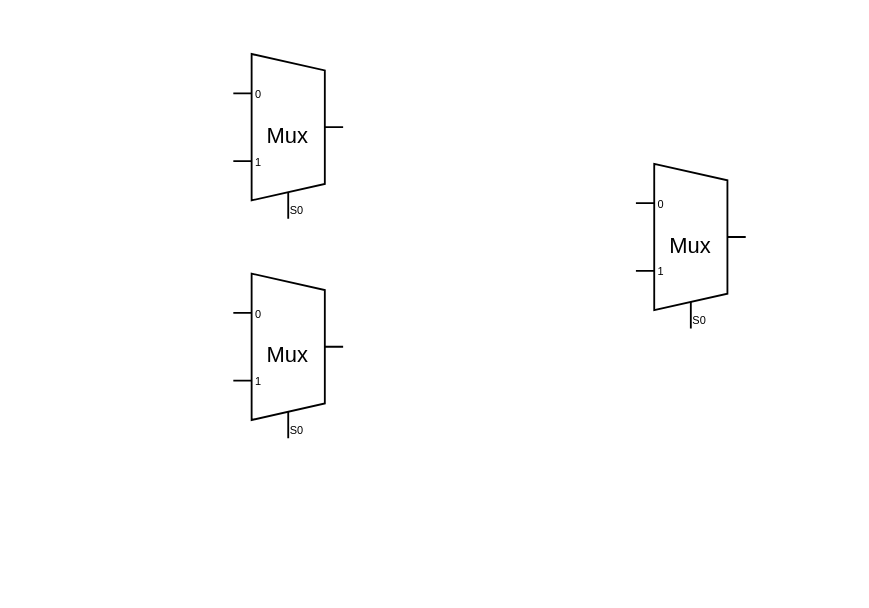
Before: Untitled Diagram.drawio in ofek512/MatamStory, a draw.io diagram. Source tidied: cells renumbered, new cells numbered last; positions are measured from the earlier drawing's top-left corner, leaving out a move shared by most shapes. Both pictures are drawn from the tidied source at 183%, with x=0, y=0 at pixel (232, 53).
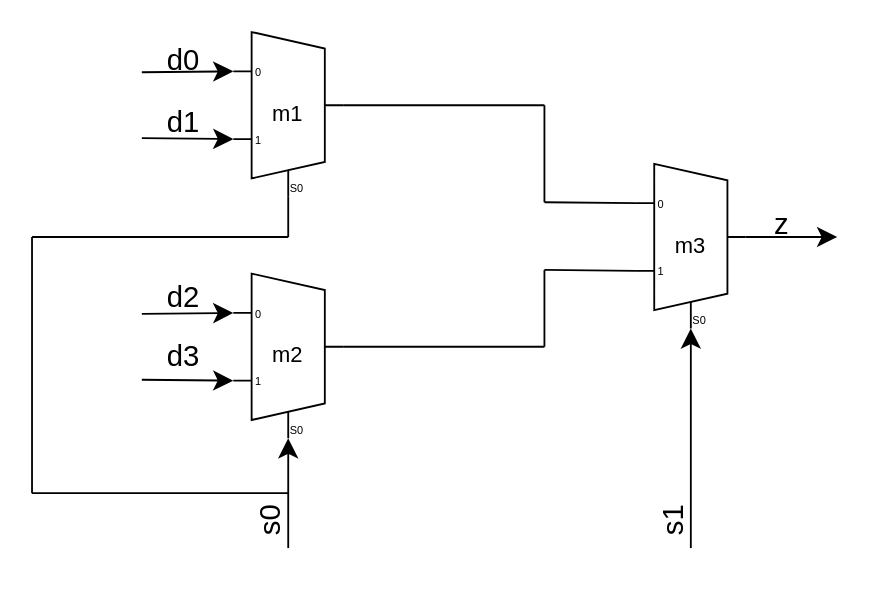
The same diagram, later.

What changed in the source:
```diff
@@
-    <mxCell id="2" value="Mux" style="shadow=0;dashed=0;align=center;html=1;strokeWidth=1;shape=mxgraph.electrical.abstract.mux2;whiteSpace=wrap;" parent="1" vertex="1">
-      <mxGeometry width="60" height="90" as="geometry" />
-    </mxCell>
-    <mxCell id="3" value="Mux" style="shadow=0;dashed=0;align=center;html=1;strokeWidth=1;shape=mxgraph.electrical.abstract.mux2;whiteSpace=wrap;" parent="1" vertex="1">
+    <mxCell id="3" value="m2" style="shadow=0;dashed=0;align=center;html=1;strokeWidth=1;shape=mxgraph.electrical.abstract.mux2;whiteSpace=wrap;" parent="1" vertex="1">
       <mxGeometry y="120" width="60" height="90" as="geometry" />
     </mxCell>
+    <mxCell id="5" style="edgeStyle=none;curved=1;rounded=0;jettySize=auto;html=1;exitX=1;exitY=0.5;exitDx=0;exitDy=-5;exitPerimeter=0;fontSize=12;startSize=8;endSize=8;" parent="1" edge="1" source="4">
+      <mxGeometry relative="1" as="geometry">
+        <mxPoint x="330" y="100" as="targetPoint" />
+      </mxGeometry>
+    </mxCell>
-    <mxCell id="4" value="Mux" style="shadow=0;dashed=0;align=center;html=1;strokeWidth=1;shape=mxgraph.electrical.abstract.mux2;whiteSpace=wrap;" parent="1" vertex="1">
+    <mxCell id="4" value="m3" style="shadow=0;dashed=0;align=center;html=1;strokeWidth=1;shape=mxgraph.electrical.abstract.mux2;whiteSpace=wrap;" parent="1" vertex="1">
       <mxGeometry x="220" y="60" width="60" height="90" as="geometry" />
     </mxCell>
+    <mxCell id="6" style="edgeStyle=none;jettySize=auto;html=1;rounded=0;fontSize=12;startSize=8;endSize=8;curved=1;entryX=0;entryY=0.20555555555555555;entryDx=0;entryDy=3;entryPerimeter=0;" parent="1" edge="1" target="3">
+      <mxGeometry relative="1" as="geometry">
+        <mxPoint x="-50" y="142" as="sourcePoint" />
+      </mxGeometry>
+    </mxCell>
+    <mxCell id="7" style="edgeStyle=none;jettySize=auto;html=1;rounded=0;fontSize=12;startSize=8;endSize=8;curved=1;entryX=0;entryY=0.6166666666666667;entryDx=0;entryDy=3;entryPerimeter=0;" parent="1" edge="1" target="3">
+      <mxGeometry relative="1" as="geometry">
+        <mxPoint x="-50" y="178" as="sourcePoint" />
+      </mxGeometry>
+    </mxCell>
+    <mxCell id="8" value="m1" style="shadow=0;dashed=0;align=center;html=1;strokeWidth=1;shape=mxgraph.electrical.abstract.mux2;whiteSpace=wrap;" parent="1" vertex="1">
+      <mxGeometry y="-12" width="60" height="90" as="geometry" />
+    </mxCell>
+    <mxCell id="9" style="edgeStyle=none;jettySize=auto;html=1;rounded=0;fontSize=12;startSize=8;endSize=8;curved=1;entryX=0;entryY=0.20555555555555555;entryDx=0;entryDy=3;entryPerimeter=0;" parent="1" edge="1" target="8">
+      <mxGeometry relative="1" as="geometry">
+        <mxPoint x="-50" y="10" as="sourcePoint" />
+      </mxGeometry>
+    </mxCell>
+    <mxCell id="10" style="edgeStyle=none;jettySize=auto;html=1;rounded=0;fontSize=12;startSize=8;endSize=8;curved=1;entryX=0;entryY=0.6166666666666667;entryDx=0;entryDy=3;entryPerimeter=0;" parent="1" edge="1" target="8">
+      <mxGeometry relative="1" as="geometry">
+        <mxPoint x="-50" y="46" as="sourcePoint" />
+      </mxGeometry>
+    </mxCell>
+    <mxCell id="11" value="d0" style="text;strokeColor=none;align=center;fillColor=none;html=1;verticalAlign=middle;whiteSpace=wrap;rounded=0;fontSize=16;" parent="1" vertex="1">
+      <mxGeometry x="-57" y="-12" width="60" height="30" as="geometry" />
+    </mxCell>
+    <mxCell id="12" value="d1" style="text;strokeColor=none;align=center;fillColor=none;html=1;verticalAlign=middle;whiteSpace=wrap;rounded=0;fontSize=16;" parent="1" vertex="1">
+      <mxGeometry x="-57" y="22" width="60" height="30" as="geometry" />
+    </mxCell>
+    <mxCell id="13" value="d2" style="text;strokeColor=none;align=center;fillColor=none;html=1;verticalAlign=middle;whiteSpace=wrap;rounded=0;fontSize=16;" parent="1" vertex="1">
+      <mxGeometry x="-57" y="118" width="60" height="30" as="geometry" />
+    </mxCell>
+    <mxCell id="14" value="d3" style="text;strokeColor=none;align=center;fillColor=none;html=1;verticalAlign=middle;whiteSpace=wrap;rounded=0;fontSize=16;" parent="1" vertex="1">
+      <mxGeometry x="-57" y="150" width="60" height="30" as="geometry" />
+    </mxCell>
+    <mxCell id="15" style="edgeStyle=none;jettySize=auto;html=1;rounded=0;fontSize=12;startSize=8;endSize=8;curved=1;entryX=0.3333333333333333;entryY=1;entryDx=10;entryDy=0;entryPerimeter=0;" parent="1" edge="1" target="3">
+      <mxGeometry relative="1" as="geometry">
+        <mxPoint x="30" y="270" as="sourcePoint" />
+      </mxGeometry>
+    </mxCell>
+    <mxCell id="16" style="endArrow=none;html=1;rounded=0;fontSize=12;startSize=8;endSize=8;curved=1;" parent="1" edge="1">
+      <mxGeometry relative="1" as="geometry">
+        <mxPoint x="30" y="240" as="sourcePoint" />
+        <mxPoint x="-110" y="240" as="targetPoint" />
+      </mxGeometry>
+    </mxCell>
+    <mxCell id="17" style="endArrow=none;html=1;rounded=0;fontSize=12;startSize=8;endSize=8;curved=1;" parent="1" edge="1">
+      <mxGeometry relative="1" as="geometry">
+        <mxPoint x="-110" y="240" as="sourcePoint" />
+        <mxPoint x="-110" y="100" as="targetPoint" />
+      </mxGeometry>
+    </mxCell>
+    <mxCell id="18" style="endArrow=none;html=1;rounded=0;fontSize=12;startSize=8;endSize=8;curved=1;" parent="1" edge="1">
+      <mxGeometry relative="1" as="geometry">
+        <mxPoint x="-110" y="100" as="sourcePoint" />
+        <mxPoint x="30" y="100" as="targetPoint" />
+      </mxGeometry>
+    </mxCell>
+    <mxCell id="19" style="endArrow=none;html=1;rounded=0;fontSize=12;startSize=8;endSize=8;curved=1;entryX=0.3333333333333333;entryY=1;entryDx=10;entryDy=0;entryPerimeter=0;" parent="1" edge="1" target="8">
+      <mxGeometry relative="1" as="geometry">
+        <mxPoint x="30" y="100" as="sourcePoint" />
+      </mxGeometry>
+    </mxCell>
+    <mxCell id="20" value="s0" style="text;strokeColor=none;align=center;fillColor=none;html=1;verticalAlign=middle;whiteSpace=wrap;rounded=0;fontSize=16;rotation=270;" parent="1" vertex="1">
+      <mxGeometry x="-10" y="240" width="60" height="30" as="geometry" />
+    </mxCell>
+    <mxCell id="21" style="endArrow=none;html=1;rounded=0;fontSize=12;startSize=8;endSize=8;curved=1;exitX=1;exitY=0.5;exitDx=0;exitDy=-5;exitPerimeter=0;" parent="1" edge="1" source="3">
+      <mxGeometry relative="1" as="geometry">
+        <mxPoint x="170" y="160" as="targetPoint" />
+      </mxGeometry>
+    </mxCell>
+    <mxCell id="22" style="endArrow=none;html=1;rounded=0;fontSize=12;startSize=8;endSize=8;curved=1;exitX=1;exitY=0.5;exitDx=0;exitDy=-5;exitPerimeter=0;" parent="1" edge="1" source="8">
+      <mxGeometry relative="1" as="geometry">
+        <mxPoint x="170" y="28" as="targetPoint" />
+      </mxGeometry>
+    </mxCell>
+    <mxCell id="23" style="endArrow=none;html=1;rounded=0;fontSize=12;startSize=8;endSize=8;curved=1;entryX=0;entryY=0.20555555555555555;entryDx=0;entryDy=3;entryPerimeter=0;" parent="1" edge="1" target="4">
+      <mxGeometry relative="1" as="geometry">
+        <mxPoint x="170" y="81" as="sourcePoint" />
+      </mxGeometry>
+    </mxCell>
+    <mxCell id="24" style="endArrow=none;html=1;rounded=0;fontSize=12;startSize=8;endSize=8;curved=1;" parent="1" edge="1">
+      <mxGeometry relative="1" as="geometry">
+        <mxPoint x="170" y="81" as="sourcePoint" />
+        <mxPoint x="170" y="28" as="targetPoint" />
+      </mxGeometry>
+    </mxCell>
+    <mxCell id="25" style="endArrow=none;html=1;rounded=0;fontSize=12;startSize=8;endSize=8;curved=1;" parent="1" edge="1">
+      <mxGeometry relative="1" as="geometry">
+        <mxPoint x="170" y="160" as="sourcePoint" />
+        <mxPoint x="170" y="118" as="targetPoint" />
+      </mxGeometry>
+    </mxCell>
+    <mxCell id="26" style="endArrow=none;html=1;rounded=0;fontSize=12;startSize=8;endSize=8;curved=1;entryX=0;entryY=0.6166666666666667;entryDx=0;entryDy=3;entryPerimeter=0;" parent="1" edge="1" target="4">
+      <mxGeometry relative="1" as="geometry">
+        <mxPoint x="170" y="118" as="sourcePoint" />
+      </mxGeometry>
+    </mxCell>
+    <mxCell id="27" style="edgeStyle=none;jettySize=auto;html=1;rounded=0;fontSize=12;startSize=8;endSize=8;curved=1;entryX=0.3333333333333333;entryY=1;entryDx=10;entryDy=0;entryPerimeter=0;" parent="1" edge="1" target="4">
+      <mxGeometry relative="1" as="geometry">
+        <mxPoint x="250" y="270" as="sourcePoint" />
+      </mxGeometry>
+    </mxCell>
+    <mxCell id="28" value="s1" style="text;strokeColor=none;align=center;fillColor=none;html=1;verticalAlign=middle;whiteSpace=wrap;rounded=0;fontSize=16;rotation=270;" parent="1" vertex="1">
+      <mxGeometry x="210" y="240" width="60" height="30" as="geometry" />
+    </mxCell>
+    <mxCell id="29" value="z" style="text;strokeColor=none;align=center;fillColor=none;html=1;verticalAlign=middle;whiteSpace=wrap;rounded=0;fontSize=16;" parent="1" vertex="1">
+      <mxGeometry x="270" y="78" width="60" height="30" as="geometry" />
+    </mxCell>
```
